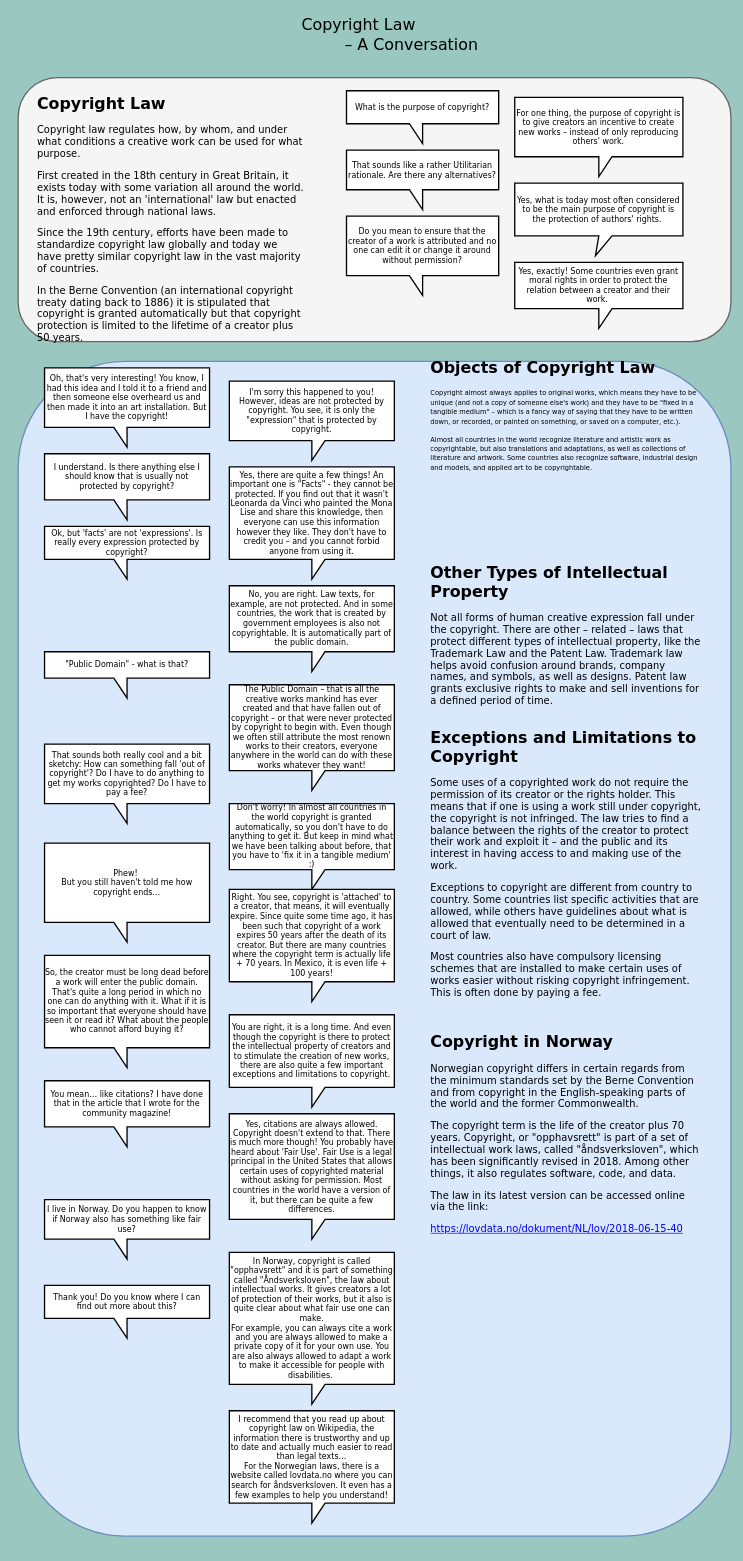
Before: copyright_conceptmap.drawio in arockenberger/cc-c_coursework, a draw.io diagram. Source tidied: cells renumbered, new cells numbered last; positions are measured from the earlier drawing's top-left corner, leaving out a move shared by most shapes. Both pictures are drawn from the tidied source at 66%, with x=0, y=0 at pixel (18, 11).
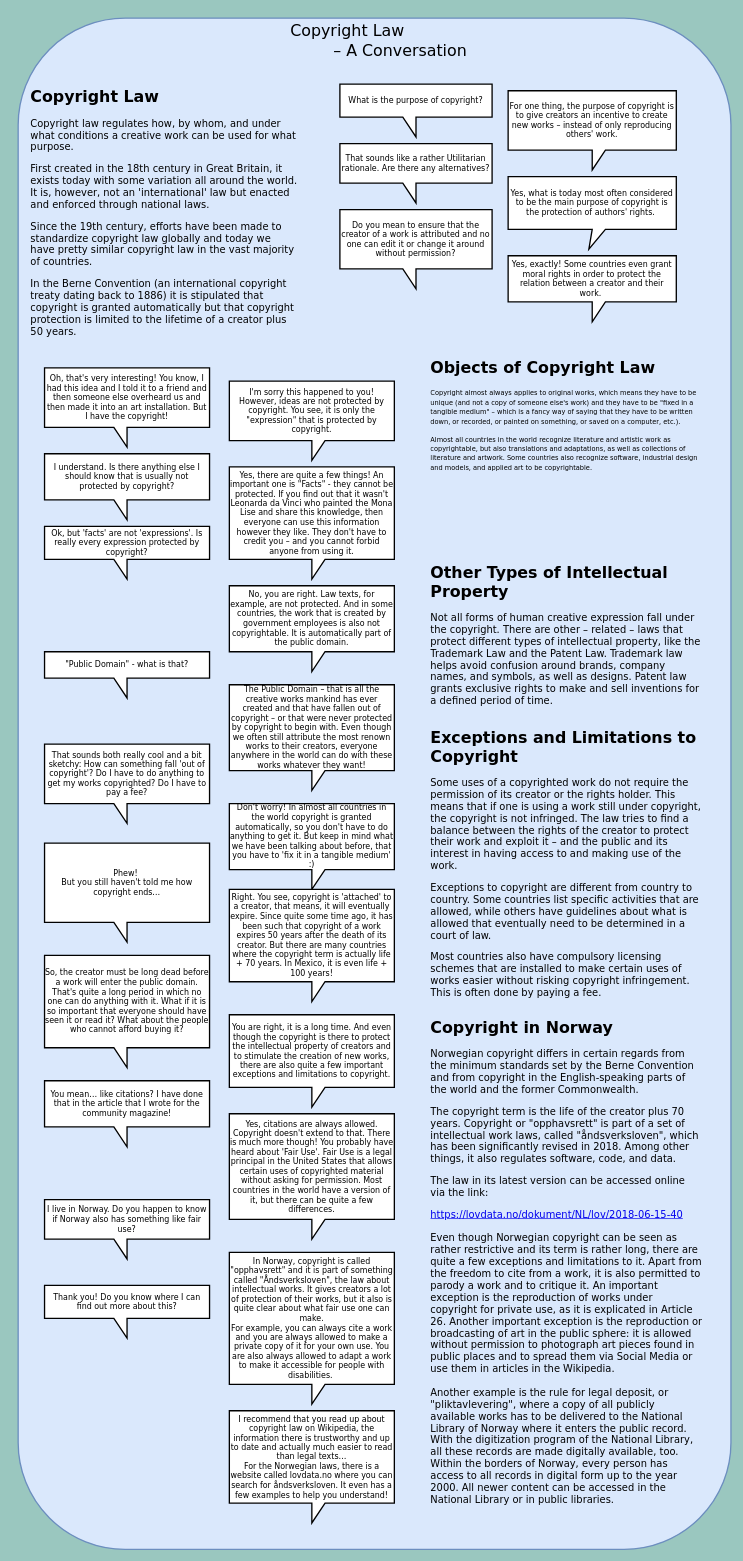
The same page after the edit.

Diff of the diagram source:
```diff
@@
-    <mxCell id="2" value="Copyright Law" style="text;html=1;strokeColor=none;fillColor=none;align=center;verticalAlign=middle;whiteSpace=wrap;rounded=0;fontFamily=Verdana;fontSize=24;" parent="1" vertex="1">
-      <mxGeometry x="416.3" width="200" height="40" as="geometry" />
-    </mxCell>
-    <mxCell id="3" value="– A Conversation" style="text;html=1;strokeColor=none;fillColor=none;align=center;verticalAlign=middle;whiteSpace=wrap;rounded=0;fontFamily=Verdana;fontSize=24;" parent="1" vertex="1">
-      <mxGeometry x="486.3" y="40" width="220" height="20" as="geometry" />
-    </mxCell>
     <mxCell id="4" style="rounded=1;whiteSpace=wrap;html=1;strokeWidth=2;fontFamily=Verdana;fontSize=12;fillColor=#dae8fc;strokeColor=#6c8ebf;" parent="1" vertex="1">
-      <mxGeometry y="530" width="1080" height="1780" as="geometry" />
+      <mxGeometry y="10" width="1080" height="2320" as="geometry" />
     </mxCell>
     <mxCell id="5" style="group;" parent="1" vertex="1">
-      <mxGeometry y="100" width="1080" height="410" as="geometry" />
+      <mxGeometry x="-10" y="90" width="1080" height="410" as="geometry" />
     </mxCell>
-    <mxCell id="6" style="rounded=1;whiteSpace=wrap;html=1;strokeWidth=2;fontFamily=Verdana;fontSize=24;fillColor=#f5f5f5;strokeColor=#666666;fontColor=#333333;" parent="5" vertex="1">
-      <mxGeometry width="1080" height="400" as="geometry" />
-    </mxCell>
@@
-    <mxCell id="37" value="&lt;h1&gt;Copyright in Norway&lt;/h1&gt;&lt;p style=&quot;font-size: 15px&quot;&gt;Norwegian copyright differs in certain regards from the minimum standards set by the Berne Convention and from copyright in the English-speaking parts of the world and the former Commonwealth.&lt;/p&gt;&lt;p style=&quot;font-size: 15px&quot;&gt;The copyright term is the life of the creator plus 70 years. Copyright, or &quot;opphavsrett&quot; is part of a set of intellectual work laws, called &quot;åndsverksloven&quot;, which has been significantly revised in 2018. Among other things, it also regulates software, code, and data.&lt;/p&gt;&lt;p style=&quot;font-size: 15px&quot;&gt;The law in its latest version can be accessed online via the link:&lt;/p&gt;&lt;a href=&quot;https://lovdata.no/dokument/NL/lov/2018-06-15-40&quot;&gt;&lt;font style=&quot;font-size: 15px&quot;&gt;https://lovdata.no/dokument/NL/lov/2018-06-15-40&lt;/font&gt;&lt;/a&gt;" style="text;html=1;strokeColor=none;fillColor=none;spacing=5;spacingTop=-20;whiteSpace=wrap;overflow=hidden;rounded=0;fontFamily=Verdana;fontSize=12;" parent="1" vertex="1">
-      <mxGeometry x="620" y="1542" width="420" height="640" as="geometry" />
+    <mxCell id="37" value="&lt;h1&gt;Copyright in Norway&lt;/h1&gt;&lt;p style=&quot;font-size: 15px&quot;&gt;Norwegian copyright differs in certain regards from the minimum standards set by the Berne Convention and from copyright in the English-speaking parts of the world and the former Commonwealth.&lt;/p&gt;&lt;p style=&quot;font-size: 15px&quot;&gt;The copyright term is the life of the creator plus 70 years. Copyright or &quot;opphavsrett&quot; is part of a set of intellectual work laws, called &quot;åndsverksloven&quot;, which has been significantly revised in 2018. Among other things, it also regulates software, code, and data.&lt;/p&gt;&lt;p style=&quot;font-size: 15px&quot;&gt;The law in its latest version can be accessed online via the link:&lt;/p&gt;&lt;font style=&quot;font-size: 15px&quot;&gt;&lt;a href=&quot;https://lovdata.no/dokument/NL/lov/2018-06-15-40&quot;&gt;https://lovdata.no/dokument/NL/lov/2018-06-15-40&lt;/a&gt;&lt;br&gt;&lt;br&gt;Even though Norwegian copyright can be seen as rather restrictive and its term is rather long, there are quite a few exceptions and limitations to it. Apart from the freedom to cite from a work, it is also permitted to parody a work and to critique it. An important exception is the reproduction of works under copyright for private use, as it is explicated in Article 26. Another important exception is the reproduction or broadcasting of art in the public sphere: it is allowed without permission to photograph art pieces found in public places and to spread them via Social Media or use them in articles in the Wikipedia.&lt;br&gt;&lt;br&gt;Another example is the rule for legal deposit, or &quot;pliktavlevering&quot;, where a copy of all publicly available works has to be delivered to the National Library of Norway where it enters the public record. With the digitization program of the National Library, all these records are made digitally available, too. Within the borders of Norway, every person has access to all records in digital form up to the year 2000. All newer content can be accessed in the National Library or in public libraries.&amp;nbsp;&lt;br&gt;&lt;/font&gt;" style="text;html=1;strokeColor=none;fillColor=none;spacing=5;spacingTop=-20;whiteSpace=wrap;overflow=hidden;rounded=0;fontFamily=Verdana;fontSize=12;" parent="1" vertex="1">
+      <mxGeometry x="620" y="1520" width="420" height="777" as="geometry" />
     </mxCell>
+    <mxCell id="2" value="Copyright Law" style="text;html=1;strokeColor=none;fillColor=none;align=center;verticalAlign=middle;whiteSpace=wrap;rounded=0;fontFamily=Verdana;fontSize=24;" parent="1" vertex="1">
+      <mxGeometry x="398.9" y="10" width="200" height="40" as="geometry" />
+    </mxCell>
+    <mxCell id="3" value="– A Conversation" style="text;html=1;strokeColor=none;fillColor=none;align=center;verticalAlign=middle;whiteSpace=wrap;rounded=0;fontFamily=Verdana;fontSize=24;" parent="1" vertex="1">
+      <mxGeometry x="468.9" y="50" width="220" height="20" as="geometry" />
+    </mxCell>
```
